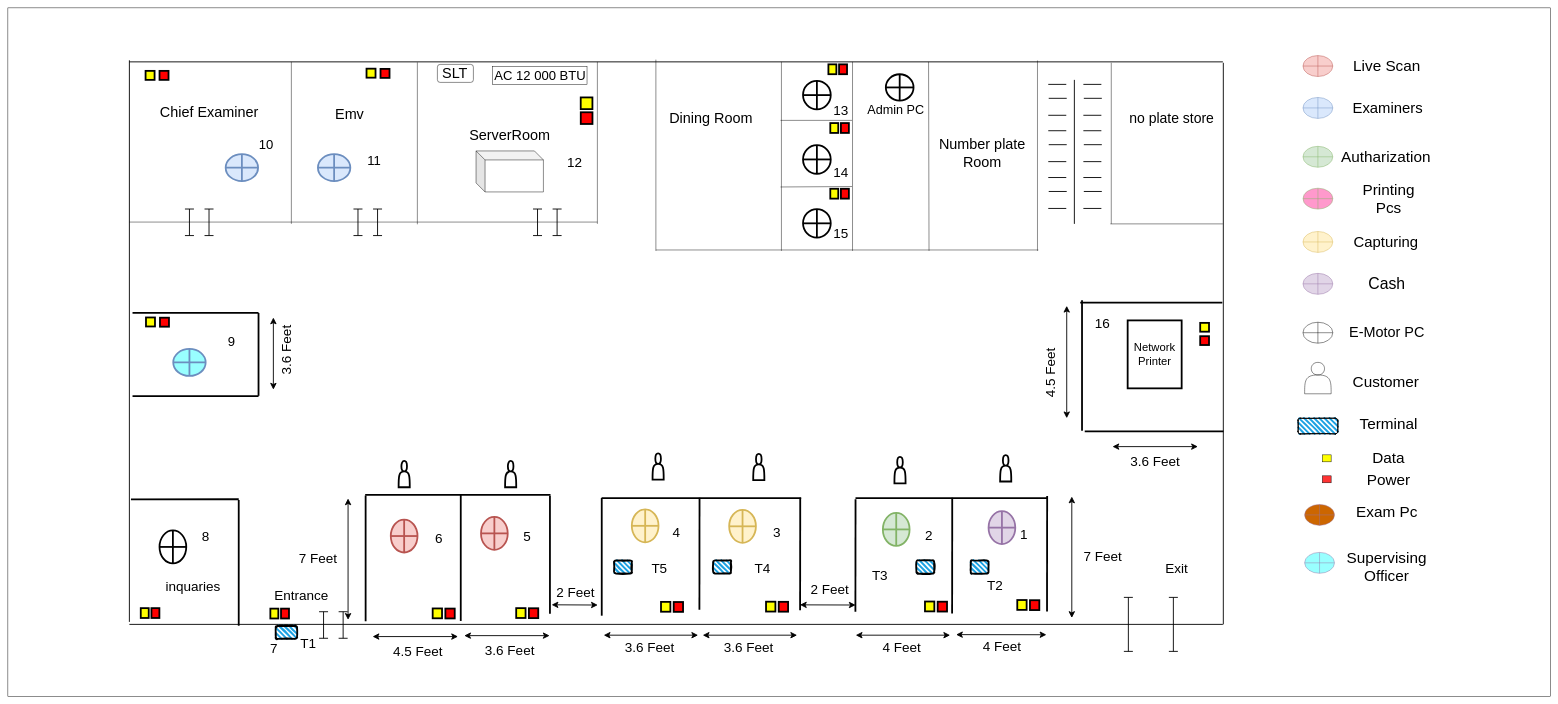
Before: pollonnaruwa_ground.drawio in thushan-harshajeewa/dmt-diagrams, a draw.io diagram. Source tidied: cells renumbered, new cells numbered last; positions are measured from the earlier drawing's top-left corner, leaving out a move shared by most shapes. Both pictures are drawn from the tidied source at 45%, with x=0, y=0 at pixel (8, 8).
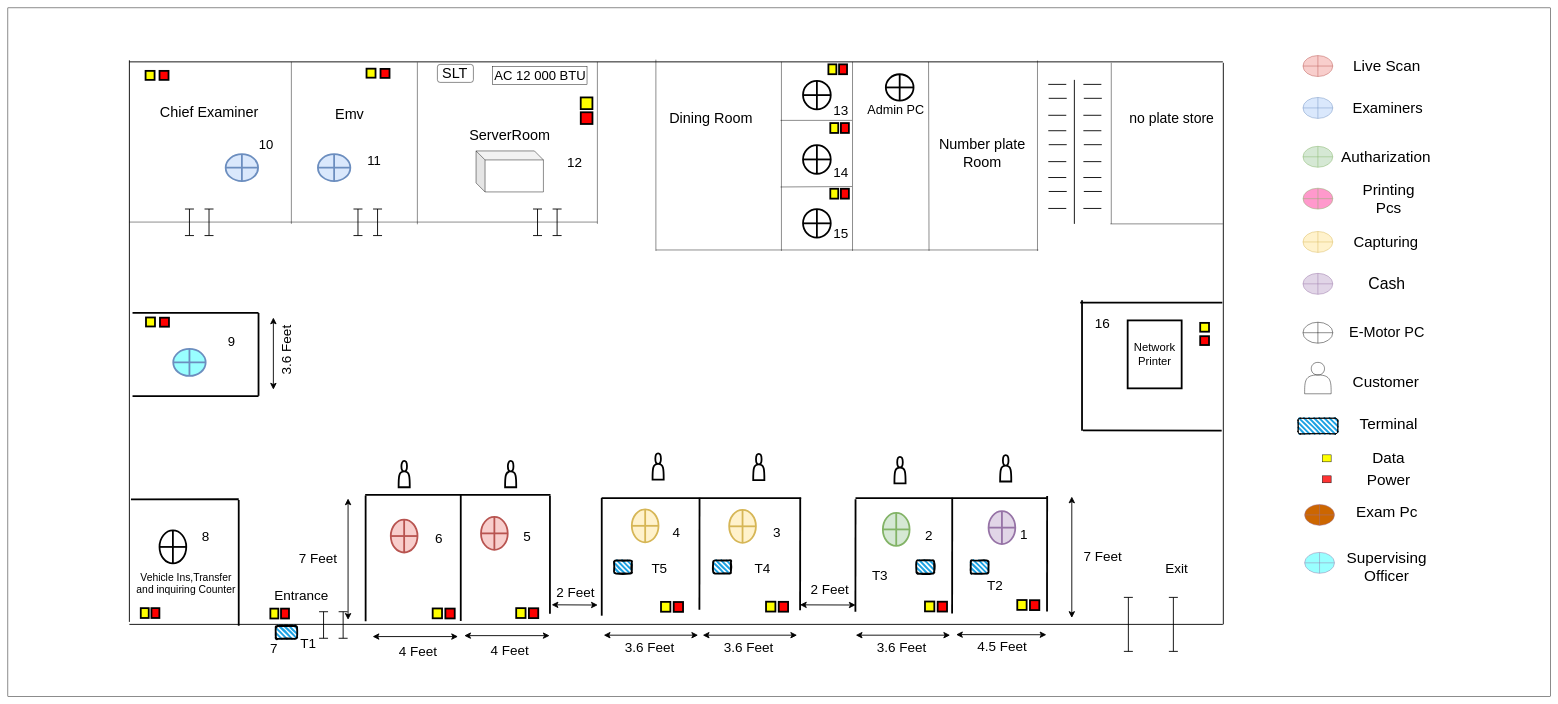
The same page after the edit.

What changed in the source:
```diff
@@
     <mxCell id="53" style="endArrow=none;html=1;strokeWidth=4;" parent="1" edge="1">
       <mxGeometry relative="1" as="geometry">
-        <mxPoint x="2393" y="941" as="sourcePoint" />
-        <mxPoint x="2701.4" y="941.3" as="targetPoint" />
+        <mxPoint x="2389" y="939" as="sourcePoint" />
+        <mxPoint x="2697.4" y="939.3" as="targetPoint" />
       </mxGeometry>
     </mxCell>
@@
-    <mxCell id="182" value="&lt;font style=&quot;font-size: 30px;&quot;&gt;4 Feet&lt;/font&gt;" style="text;html=1;align=center;verticalAlign=middle;whiteSpace=wrap;rounded=0;strokeWidth=4;" parent="1" vertex="1">
+    <mxCell id="182" value="&lt;font style=&quot;font-size: 30px;&quot;&gt;3.6 Feet&lt;/font&gt;" style="text;html=1;align=center;verticalAlign=middle;whiteSpace=wrap;rounded=0;strokeWidth=4;" parent="1" vertex="1">
       <mxGeometry x="1919.2" y="1409.3" width="134.8" height="21.9" as="geometry" />
     </mxCell>
@@
-    <mxCell id="184" value="&lt;font style=&quot;font-size: 30px;&quot;&gt;4 Feet&lt;/font&gt;" style="text;html=1;align=center;verticalAlign=middle;whiteSpace=wrap;rounded=0;strokeWidth=4;" parent="1" vertex="1">
+    <mxCell id="184" value="&lt;font style=&quot;font-size: 30px;&quot;&gt;4.5 Feet&lt;/font&gt;" style="text;html=1;align=center;verticalAlign=middle;whiteSpace=wrap;rounded=0;strokeWidth=4;" parent="1" vertex="1">
       <mxGeometry x="2142.2" y="1408" width="134.8" height="21.9" as="geometry" />
     </mxCell>
@@
-    <mxCell id="190" value="&lt;font style=&quot;font-size: 30px;&quot;&gt;3.6 Feet&lt;/font&gt;" style="text;html=1;align=center;verticalAlign=middle;whiteSpace=wrap;rounded=0;strokeWidth=4;" parent="1" vertex="1">
+    <mxCell id="190" value="&lt;font style=&quot;font-size: 30px;&quot;&gt;4 Feet&lt;/font&gt;" style="text;html=1;align=center;verticalAlign=middle;whiteSpace=wrap;rounded=0;strokeWidth=4;" parent="1" vertex="1">
       <mxGeometry x="1047.5" y="1416.9" width="134.8" height="21.9" as="geometry" />
     </mxCell>
@@
-    <mxCell id="192" value="&lt;font style=&quot;font-size: 30px;&quot;&gt;4.5 Feet&lt;/font&gt;" style="text;html=1;align=center;verticalAlign=middle;whiteSpace=wrap;rounded=0;strokeWidth=4;" parent="1" vertex="1">
+    <mxCell id="192" value="&lt;font style=&quot;font-size: 30px;&quot;&gt;4 Feet&lt;/font&gt;" style="text;html=1;align=center;verticalAlign=middle;whiteSpace=wrap;rounded=0;strokeWidth=4;" parent="1" vertex="1">
       <mxGeometry x="843.9" y="1419" width="134.8" height="21.9" as="geometry" />
     </mxCell>
@@
-    <mxCell id="203" value="&lt;font style=&quot;font-size: 30px;&quot;&gt;3.6 Feet&lt;/font&gt;" style="text;html=1;align=center;verticalAlign=middle;whiteSpace=wrap;rounded=0;strokeWidth=4;" parent="1" vertex="1">
-      <mxGeometry x="2481.9" y="996.9" width="134.8" height="21.9" as="geometry" />
-    </mxCell>
-    <mxCell id="204" style="endArrow=classic;startArrow=classic;html=1;endSize=10;startSize=10;strokeWidth=2;" parent="1" edge="1">
-      <mxGeometry relative="1" as="geometry">
-        <mxPoint x="2454.6" y="975" as="sourcePoint" />
-        <mxPoint x="2644.6" y="975" as="targetPoint" />
-      </mxGeometry>
-    </mxCell>
-    <mxCell id="205" value="&lt;font style=&quot;font-size: 30px;&quot;&gt;4.5 Feet&lt;/font&gt;" style="text;html=1;align=center;verticalAlign=middle;whiteSpace=wrap;rounded=0;strokeWidth=4;rotation=270;" parent="1" vertex="1">
-      <mxGeometry x="2249.1" y="799.9" width="134.8" height="21.9" as="geometry" />
-    </mxCell>
-    <mxCell id="206" style="endArrow=classic;startArrow=classic;html=1;endSize=10;startSize=10;strokeWidth=2;" parent="1" edge="1">
-      <mxGeometry relative="1" as="geometry">
-        <mxPoint x="2353" y="912" as="sourcePoint" />
-        <mxPoint x="2353" y="662" as="targetPoint" />
-      </mxGeometry>
-    </mxCell>
@@
-    <mxCell id="216" value="&lt;font style=&quot;font-size: 30px;&quot;&gt;inquaries&lt;/font&gt;" style="text;html=1;align=center;verticalAlign=middle;whiteSpace=wrap;rounded=0;strokeWidth=4;" parent="1" vertex="1">
-      <mxGeometry x="393.5" y="1274.7" width="35.4" height="21.9" as="geometry" />
+    <mxCell id="216" value="&lt;font style=&quot;font-size: 23px;&quot;&gt;Vehicle Ins,Transfer and inquiring Counter&lt;/font&gt;" style="text;html=1;align=center;verticalAlign=middle;whiteSpace=wrap;rounded=0;strokeWidth=4;" parent="1" vertex="1">
+      <mxGeometry x="281.5" y="1267.7" width="227.5" height="21.9" as="geometry" />
     </mxCell>
```
